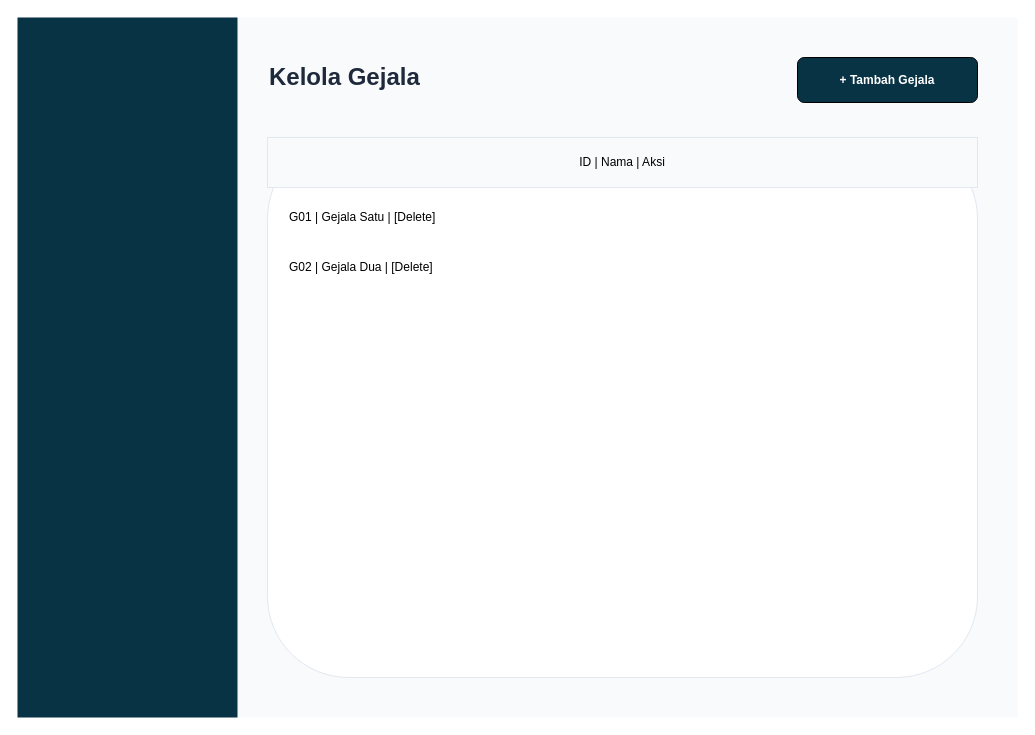
Before: diagram/desain/admin_gejala.drawio in Jinsky/Jinsky, a draw.io diagram. Source tidied: cells renumbered, new cells numbered last; positions are measured from the earlier drawing's top-left corner, leaving out a move shared by most shapes. Both pictures are drawn from the tidied source at 100%, with x=0, y=0 at pixel (17, 17).
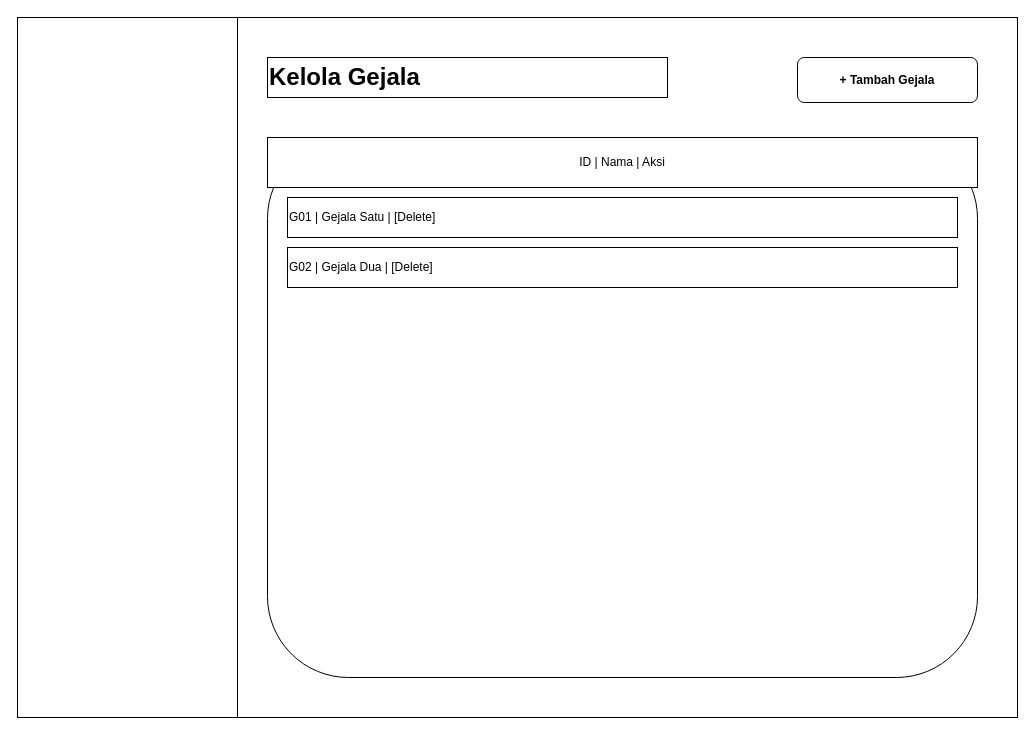
Above is the later version.

What changed in the source:
```diff
@@
 <mxGraphModel>
   <root>
     <mxCell id="0" />
     <mxCell id="1" parent="0" />
-    <mxCell id="2" style="rounded=0;whiteSpace=wrap;html=1;fillColor=#f8fafc;strokeColor=none;" parent="1" vertex="1">
+    <mxCell id="2" style="rounded=0;whiteSpace=wrap;html=1;fillColor=#ffffff;strokeColor=#000000;fontColor=#000000;" parent="1" vertex="1">
       <mxGeometry width="1000" height="700" as="geometry" />
     </mxCell>
-    <mxCell id="3" style="rounded=0;whiteSpace=wrap;html=1;fillColor=#083344;strokeColor=none;" parent="1" vertex="1">
+    <mxCell id="3" style="rounded=0;whiteSpace=wrap;html=1;fillColor=#ffffff;strokeColor=#000000;fontColor=#000000;" parent="1" vertex="1">
       <mxGeometry width="220" height="700" as="geometry" />
     </mxCell>
-    <mxCell id="4" value="&lt;b&gt;Kelola Gejala&lt;/b&gt;" style="text;html=1;strokeColor=none;fillColor=none;align=left;verticalAlign=middle;whiteSpace=wrap;rounded=0;fontSize=24;fontColor=#1e293b;" parent="1" vertex="1">
+    <mxCell id="4" value="&lt;b&gt;Kelola Gejala&lt;/b&gt;" style="text;html=1;strokeColor=#000000;fillColor=none;align=left;verticalAlign=middle;whiteSpace=wrap;rounded=0;fontSize=24;fontColor=#000000;" parent="1" vertex="1">
       <mxGeometry x="250" y="40" width="400" height="40" as="geometry" />
     </mxCell>
-    <mxCell id="5" value="+ Tambah Gejala" style="rounded=0;whiteSpace=wrap;html=1;fillColor=#083344;fontColor=#ffffff;rounded=1;fontStyle=1;" parent="1" vertex="1">
+    <mxCell id="5" value="+ Tambah Gejala" style="rounded=1;whiteSpace=wrap;html=1;fillColor=#ffffff;fontColor=#000000;fontStyle=1;strokeColor=#000000;" parent="1" vertex="1">
       <mxGeometry x="780" y="40" width="180" height="45" as="geometry" />
     </mxCell>
-    <mxCell id="6" style="rounded=0;whiteSpace=wrap;html=1;fillColor=#ffffff;rounded=1;strokeColor=#e2e8f0;" parent="1" vertex="1">
+    <mxCell id="6" style="rounded=1;whiteSpace=wrap;html=1;fillColor=#ffffff;strokeColor=#000000;fontColor=#000000;" parent="1" vertex="1">
       <mxGeometry x="250" y="120" width="710" height="540" as="geometry" />
     </mxCell>
-    <mxCell id="7" value="ID | Nama | Aksi" style="rounded=0;whiteSpace=wrap;html=1;fillColor=#f8fafc;strokeColor=#e2e8f0;" parent="1" vertex="1">
+    <mxCell id="7" value="ID | Nama | Aksi" style="rounded=0;whiteSpace=wrap;html=1;fillColor=#ffffff;strokeColor=#000000;fontColor=#000000;" parent="1" vertex="1">
       <mxGeometry x="250" y="120" width="710" height="50" as="geometry" />
     </mxCell>
-    <mxCell id="8" value="G01 | Gejala Satu | [Delete]" style="text;html=1;strokeColor=none;fillColor=none;align=left;verticalAlign=middle;whiteSpace=wrap;rounded=0;" parent="1" vertex="1">
+    <mxCell id="8" value="G01 | Gejala Satu | [Delete]" style="text;html=1;strokeColor=#000000;fillColor=none;align=left;verticalAlign=middle;whiteSpace=wrap;rounded=0;fontColor=#000000;" parent="1" vertex="1">
       <mxGeometry x="270" y="180" width="670" height="40" as="geometry" />
     </mxCell>
-    <mxCell id="9" value="G02 | Gejala Dua | [Delete]" style="text;html=1;strokeColor=none;fillColor=none;align=left;verticalAlign=middle;whiteSpace=wrap;rounded=0;" parent="1" vertex="1">
+    <mxCell id="9" value="G02 | Gejala Dua | [Delete]" style="text;html=1;strokeColor=#000000;fillColor=none;align=left;verticalAlign=middle;whiteSpace=wrap;rounded=0;fontColor=#000000;" parent="1" vertex="1">
       <mxGeometry x="270" y="230" width="670" height="40" as="geometry" />
     </mxCell>
   </root>
 </mxGraphModel>
```
